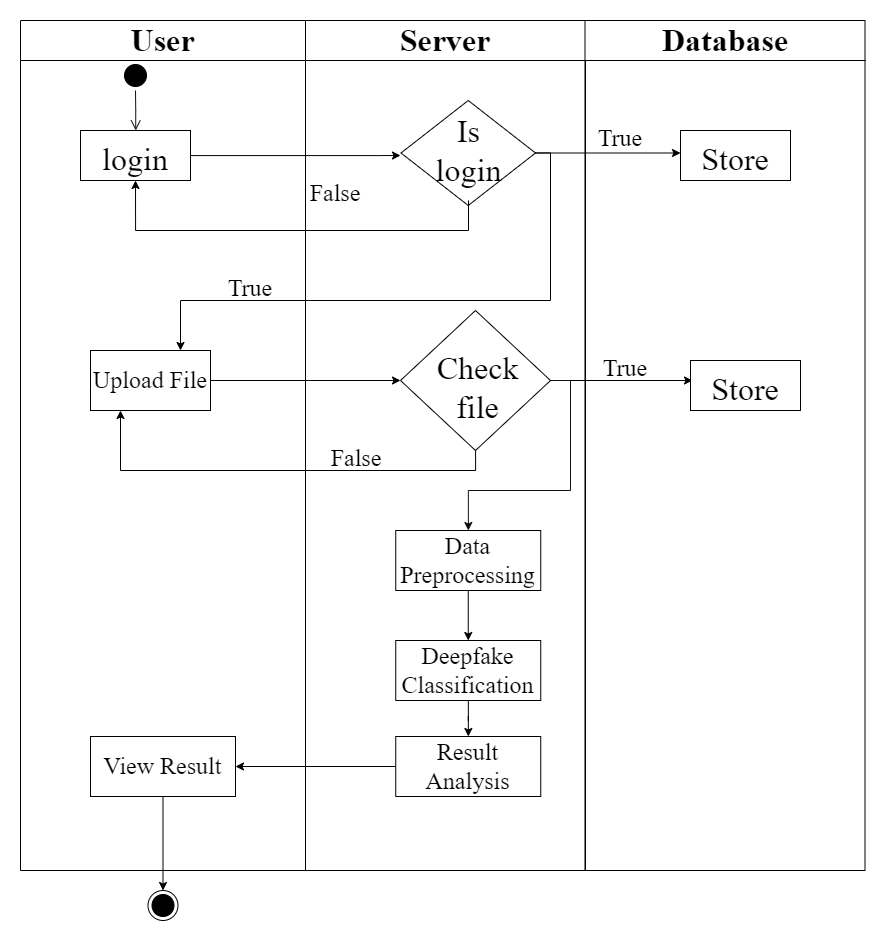
Before: img/activity diagram.drawio.png, a diagram exported from draw.io (SanjishMaharjan/Project-Report). Source tidied: cells renumbered, new cells last; positions are measured from the earlier drawing's top-left corner, leaving out a move shared by most shapes. The source it was exported from:
```xml
<mxGraphModel>
  <root>
    <mxCell id="0" />
    <mxCell id="1" parent="0" />
    <mxCell id="2" value="User" style="swimlane;whiteSpace=wrap;fontFamily=Times New Roman;fontSize=32;startSize=40;" parent="1" vertex="1">
      <mxGeometry width="285" height="850" as="geometry" />
    </mxCell>
    <mxCell id="3" style="ellipse;shape=startState;fillColor=#000000;strokeColor=#000000;" parent="2" vertex="1">
      <mxGeometry x="100" y="40" width="30" height="30" as="geometry" />
    </mxCell>
    <mxCell id="4" style="edgeStyle=elbowEdgeStyle;elbow=horizontal;verticalAlign=bottom;endArrow=open;endSize=8;strokeColor=#100f0f;endFill=1;rounded=0;" parent="2" edge="1" source="3" target="5">
      <mxGeometry x="100" y="40" as="geometry" />
    </mxCell>
    <mxCell id="5" value="login" style="fontFamily=Times New Roman;fontSize=32;" parent="2" vertex="1">
      <mxGeometry x="60" y="110" width="110" height="50" as="geometry" />
    </mxCell>
    <mxCell id="6" value="Upload File" style="rounded=0;whiteSpace=wrap;html=1;fontFamily=Times New Roman;fontSize=24;" parent="2" vertex="1">
      <mxGeometry x="70" y="330" width="120" height="60" as="geometry" />
    </mxCell>
    <mxCell id="7" value="&lt;font style=&quot;font-size: 24px;&quot;&gt;True&lt;/font&gt;" style="text;html=1;strokeColor=none;fillColor=none;align=center;verticalAlign=middle;whiteSpace=wrap;rounded=0;fontSize=32;fontFamily=Times New Roman;" parent="2" vertex="1">
      <mxGeometry x="175" y="250" width="110" height="30" as="geometry" />
    </mxCell>
    <mxCell id="8" value="View Result" style="rounded=0;whiteSpace=wrap;html=1;fontFamily=Times New Roman;fontSize=24;" parent="2" vertex="1">
      <mxGeometry x="70" y="716" width="145" height="60" as="geometry" />
    </mxCell>
    <mxCell id="9" value="Server" style="swimlane;whiteSpace=wrap;startSize=40;fontFamily=Times New Roman;fontSize=32;" parent="1" vertex="1">
      <mxGeometry x="285" width="280" height="850" as="geometry" />
    </mxCell>
    <mxCell id="10" style="group;" parent="9" vertex="1">
      <mxGeometry x="95.5" y="80" width="134.5" height="105" as="geometry" />
    </mxCell>
    <mxCell id="11" style="rhombus;whiteSpace=wrap;html=1;fontFamily=Times New Roman;fontSize=32;" parent="10" vertex="1">
      <mxGeometry width="134.5" height="105" as="geometry" />
    </mxCell>
    <mxCell id="12" value="Is login" style="text;html=1;strokeColor=none;fillColor=none;align=center;verticalAlign=middle;whiteSpace=wrap;rounded=0;fontSize=32;fontFamily=Times New Roman;" parent="10" vertex="1">
      <mxGeometry x="30" y="15" width="74.5" height="70" as="geometry" />
    </mxCell>
    <mxCell id="13" value="&lt;font style=&quot;font-size: 24px;&quot;&gt;False&lt;/font&gt;" style="text;html=1;strokeColor=none;fillColor=none;align=center;verticalAlign=middle;whiteSpace=wrap;rounded=0;fontSize=32;fontFamily=Times New Roman;" parent="9" vertex="1">
      <mxGeometry x="-25" y="155" width="110" height="30" as="geometry" />
    </mxCell>
    <mxCell id="14" value="&lt;font style=&quot;font-size: 24px;&quot;&gt;False&lt;/font&gt;" style="text;html=1;strokeColor=none;fillColor=none;align=center;verticalAlign=middle;whiteSpace=wrap;rounded=0;fontSize=32;fontFamily=Times New Roman;" parent="9" vertex="1">
      <mxGeometry x="-4.5" y="420" width="110" height="30" as="geometry" />
    </mxCell>
    <mxCell id="15" style="edgeStyle=orthogonalEdgeStyle;rounded=0;jettySize=auto;html=1;entryX=0.5;entryY=0;entryDx=0;entryDy=0;fontFamily=Times New Roman;fontSize=24;" parent="9" edge="1" source="16" target="18">
      <mxGeometry relative="1" as="geometry" />
    </mxCell>
    <mxCell id="16" value="Data Preprocessing" style="rounded=0;whiteSpace=wrap;html=1;fontFamily=Times New Roman;fontSize=24;" parent="9" vertex="1">
      <mxGeometry x="90.2" y="510" width="145" height="60" as="geometry" />
    </mxCell>
    <mxCell id="17" style="edgeStyle=orthogonalEdgeStyle;rounded=0;jettySize=auto;html=1;fontFamily=Times New Roman;fontSize=24;" parent="9" edge="1" source="18" target="19">
      <mxGeometry relative="1" as="geometry" />
    </mxCell>
    <mxCell id="18" value="Deepfake Classification" style="rounded=0;whiteSpace=wrap;html=1;fontFamily=Times New Roman;fontSize=24;" parent="9" vertex="1">
      <mxGeometry x="90.2" y="620" width="145" height="60" as="geometry" />
    </mxCell>
    <mxCell id="19" value="Result Analysis" style="rounded=0;whiteSpace=wrap;html=1;fontFamily=Times New Roman;fontSize=24;" parent="9" vertex="1">
      <mxGeometry x="90.2" y="716" width="145" height="60" as="geometry" />
    </mxCell>
    <mxCell id="20" value="Database" style="swimlane;whiteSpace=wrap;startSize=40;fontFamily=Times New Roman;fontSize=32;" parent="1" vertex="1">
      <mxGeometry x="564.5" width="280" height="850" as="geometry" />
    </mxCell>
    <mxCell id="21" value="Store" style="fontFamily=Times New Roman;fontSize=32;" parent="20" vertex="1">
      <mxGeometry x="95.5" y="110" width="110" height="50" as="geometry" />
    </mxCell>
    <mxCell id="22" value="&lt;font style=&quot;font-size: 24px;&quot;&gt;True&lt;/font&gt;" style="text;html=1;strokeColor=none;fillColor=none;align=center;verticalAlign=middle;whiteSpace=wrap;rounded=0;fontSize=32;fontFamily=Times New Roman;" parent="20" vertex="1">
      <mxGeometry x="-20" y="100" width="110" height="30" as="geometry" />
    </mxCell>
    <mxCell id="23" style="edgeStyle=orthogonalEdgeStyle;rounded=0;orthogonalLoop=1;jettySize=auto;html=1;" parent="20" edge="1">
      <mxGeometry relative="1" as="geometry">
        <mxPoint x="-37.5" y="360" as="sourcePoint" />
        <mxPoint x="107.5" y="360" as="targetPoint" />
      </mxGeometry>
    </mxCell>
    <mxCell id="24" value="&lt;font style=&quot;font-size: 24px;&quot;&gt;True&lt;/font&gt;" style="text;html=1;strokeColor=none;fillColor=none;align=center;verticalAlign=middle;whiteSpace=wrap;rounded=0;fontSize=32;fontFamily=Times New Roman;" parent="20" vertex="1">
      <mxGeometry x="-14.5" y="330" width="110" height="30" as="geometry" />
    </mxCell>
    <mxCell id="25" value="Store" style="fontFamily=Times New Roman;fontSize=32;" parent="20" vertex="1">
      <mxGeometry x="105.5" y="340" width="110" height="50" as="geometry" />
    </mxCell>
    <mxCell id="26" style="edgeStyle=orthogonalEdgeStyle;rounded=0;jettySize=auto;html=1;fontFamily=Times New Roman;fontSize=32;" parent="1" edge="1" source="5">
      <mxGeometry relative="1" as="geometry">
        <mxPoint x="380" y="135" as="targetPoint" />
        <Array as="points">
          <mxPoint x="357" y="135" />
        </Array>
      </mxGeometry>
    </mxCell>
    <mxCell id="27" style="edgeStyle=orthogonalEdgeStyle;rounded=0;jettySize=auto;html=1;" parent="1" edge="1" source="11">
      <mxGeometry relative="1" as="geometry">
        <mxPoint x="660" y="132.5" as="targetPoint" />
      </mxGeometry>
    </mxCell>
    <mxCell id="28" style="edgeStyle=orthogonalEdgeStyle;rounded=0;jettySize=auto;html=1;fontFamily=Times New Roman;fontSize=24;" parent="1" edge="1" source="6">
      <mxGeometry relative="1" as="geometry">
        <mxPoint x="380" y="360" as="targetPoint" />
      </mxGeometry>
    </mxCell>
    <mxCell id="29" style="group;" parent="1" vertex="1">
      <mxGeometry x="380" y="290" width="150" height="140" as="geometry" />
    </mxCell>
    <mxCell id="30" style="rhombus;whiteSpace=wrap;html=1;fontFamily=Times New Roman;fontSize=32;" parent="29" vertex="1">
      <mxGeometry width="150" height="140" as="geometry" />
    </mxCell>
    <mxCell id="31" value="Check&lt;br&gt;file" style="text;html=1;strokeColor=none;fillColor=none;align=center;verticalAlign=middle;whiteSpace=wrap;rounded=0;fontSize=32;fontFamily=Times New Roman;" parent="29" vertex="1">
      <mxGeometry x="33.5" y="40" width="89.2" height="73.3" as="geometry" />
    </mxCell>
    <mxCell id="32" style="edgeStyle=orthogonalEdgeStyle;rounded=0;jettySize=auto;html=1;entryX=0.25;entryY=1;entryDx=0;entryDy=0;fontFamily=Times New Roman;fontSize=24;" parent="1" edge="1" source="30" target="6">
      <mxGeometry relative="1" as="geometry">
        <Array as="points">
          <mxPoint x="455" y="450" />
          <mxPoint x="100" y="450" />
        </Array>
      </mxGeometry>
    </mxCell>
    <mxCell id="33" style="edgeStyle=orthogonalEdgeStyle;rounded=0;jettySize=auto;html=1;entryX=0.75;entryY=0;entryDx=0;entryDy=0;fontFamily=Times New Roman;fontSize=24;" parent="1" edge="1" source="11" target="6">
      <mxGeometry relative="1" as="geometry">
        <Array as="points">
          <mxPoint x="530" y="132" />
          <mxPoint x="530" y="280" />
          <mxPoint x="160" y="280" />
        </Array>
      </mxGeometry>
    </mxCell>
    <mxCell id="34" style="edgeStyle=orthogonalEdgeStyle;rounded=0;jettySize=auto;html=1;entryX=1;entryY=0.5;entryDx=0;entryDy=0;fontFamily=Times New Roman;fontSize=24;" parent="1" edge="1" source="19" target="8">
      <mxGeometry relative="1" as="geometry" />
    </mxCell>
    <mxCell id="35" style="ellipse;shape=endState;fillColor=#000000;strokeColor=#000000;" parent="1" vertex="1">
      <mxGeometry x="127.5" y="870" width="30" height="30" as="geometry" />
    </mxCell>
    <mxCell id="36" style="edgeStyle=orthogonalEdgeStyle;rounded=0;jettySize=auto;html=1;fontFamily=Times New Roman;fontSize=24;" parent="1" edge="1" source="8" target="35">
      <mxGeometry relative="1" as="geometry" />
    </mxCell>
    <mxCell id="37" style="edgeStyle=orthogonalEdgeStyle;rounded=0;jettySize=auto;html=1;entryX=0.5;entryY=1;entryDx=0;entryDy=0;exitX=0.502;exitY=0.952;exitDx=0;exitDy=0;exitPerimeter=0;" parent="1" edge="1" source="11" target="5">
      <mxGeometry relative="1" as="geometry">
        <Array as="points">
          <mxPoint x="448" y="210" />
          <mxPoint x="115" y="210" />
        </Array>
      </mxGeometry>
    </mxCell>
    <mxCell id="38" style="edgeStyle=orthogonalEdgeStyle;rounded=0;jettySize=auto;html=1;entryX=1;entryY=0.5;entryDx=0;entryDy=0;strokeColor=#100f0f;fontFamily=Times New Roman;fontSize=24;startArrow=classic;startFill=1;endArrow=none;endFill=0;" parent="1" edge="1" source="16" target="30">
      <mxGeometry relative="1" as="geometry" />
    </mxCell>
  </root>
</mxGraphModel>
```
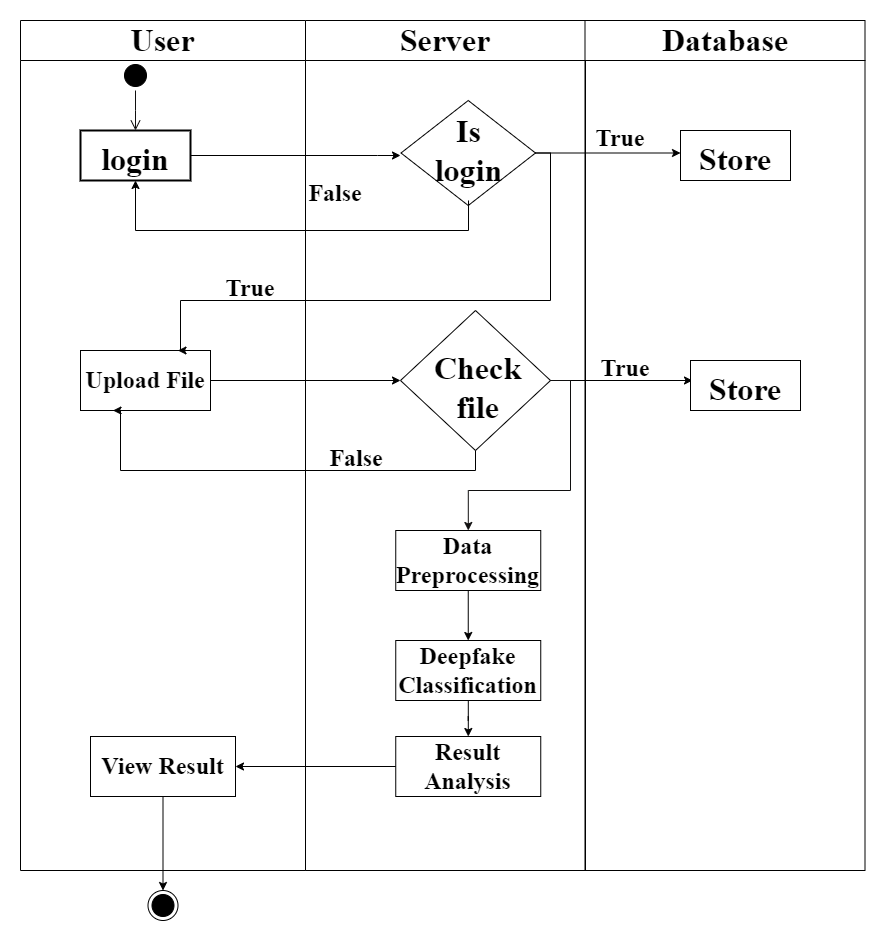
After the change.

What changed in the source:
```diff
@@ -11,16 +11,16 @@
     <mxCell id="4" style="edgeStyle=elbowEdgeStyle;elbow=horizontal;verticalAlign=bottom;endArrow=open;endSize=8;strokeColor=#100f0f;endFill=1;rounded=0;" parent="2" edge="1" source="3" target="5">
       <mxGeometry x="100" y="40" as="geometry" />
     </mxCell>
-    <mxCell id="5" value="login" style="fontFamily=Times New Roman;fontSize=32;" parent="2" vertex="1">
+    <mxCell id="5" value="login" style="fontFamily=Times New Roman;fontSize=32;strokeWidth=2;fontStyle=1;" parent="2" vertex="1">
       <mxGeometry x="60" y="110" width="110" height="50" as="geometry" />
     </mxCell>
-    <mxCell id="6" value="Upload File" style="rounded=0;whiteSpace=wrap;html=1;fontFamily=Times New Roman;fontSize=24;" parent="2" vertex="1">
-      <mxGeometry x="70" y="330" width="120" height="60" as="geometry" />
+    <mxCell id="6" value="&lt;b&gt;Upload File&lt;/b&gt;" style="rounded=0;whiteSpace=wrap;html=1;fontFamily=Times New Roman;fontSize=24;" parent="2" vertex="1">
+      <mxGeometry x="60" y="330" width="130" height="60" as="geometry" />
     </mxCell>
-    <mxCell id="7" value="&lt;font style=&quot;font-size: 24px;&quot;&gt;True&lt;/font&gt;" style="text;html=1;strokeColor=none;fillColor=none;align=center;verticalAlign=middle;whiteSpace=wrap;rounded=0;fontSize=32;fontFamily=Times New Roman;" parent="2" vertex="1">
+    <mxCell id="7" value="&lt;font style=&quot;font-size: 24px;&quot;&gt;&lt;b&gt;True&lt;/b&gt;&lt;/font&gt;" style="text;html=1;strokeColor=none;fillColor=none;align=center;verticalAlign=middle;whiteSpace=wrap;rounded=0;fontSize=32;fontFamily=Times New Roman;" parent="2" vertex="1">
       <mxGeometry x="175" y="250" width="110" height="30" as="geometry" />
     </mxCell>
-    <mxCell id="8" value="View Result" style="rounded=0;whiteSpace=wrap;html=1;fontFamily=Times New Roman;fontSize=24;" parent="2" vertex="1">
+    <mxCell id="8" value="&lt;b&gt;View Result&lt;/b&gt;" style="rounded=0;whiteSpace=wrap;html=1;fontFamily=Times New Roman;fontSize=24;" parent="2" vertex="1">
       <mxGeometry x="70" y="716" width="145" height="60" as="geometry" />
     </mxCell>
     <mxCell id="9" value="Server" style="swimlane;whiteSpace=wrap;startSize=40;fontFamily=Times New Roman;fontSize=32;" parent="1" vertex="1">
@@ -32,37 +32,37 @@
     <mxCell id="11" style="rhombus;whiteSpace=wrap;html=1;fontFamily=Times New Roman;fontSize=32;" parent="10" vertex="1">
       <mxGeometry width="134.5" height="105" as="geometry" />
     </mxCell>
-    <mxCell id="12" value="Is login" style="text;html=1;strokeColor=none;fillColor=none;align=center;verticalAlign=middle;whiteSpace=wrap;rounded=0;fontSize=32;fontFamily=Times New Roman;" parent="10" vertex="1">
+    <mxCell id="12" value="&lt;b&gt;Is login&lt;/b&gt;" style="text;html=1;strokeColor=none;fillColor=none;align=center;verticalAlign=middle;whiteSpace=wrap;rounded=0;fontSize=32;fontFamily=Times New Roman;" parent="10" vertex="1">
       <mxGeometry x="30" y="15" width="74.5" height="70" as="geometry" />
     </mxCell>
-    <mxCell id="13" value="&lt;font style=&quot;font-size: 24px;&quot;&gt;False&lt;/font&gt;" style="text;html=1;strokeColor=none;fillColor=none;align=center;verticalAlign=middle;whiteSpace=wrap;rounded=0;fontSize=32;fontFamily=Times New Roman;" parent="9" vertex="1">
+    <mxCell id="13" value="&lt;font style=&quot;font-size: 24px;&quot;&gt;&lt;b&gt;False&lt;/b&gt;&lt;/font&gt;" style="text;html=1;strokeColor=none;fillColor=none;align=center;verticalAlign=middle;whiteSpace=wrap;rounded=0;fontSize=32;fontFamily=Times New Roman;" parent="9" vertex="1">
       <mxGeometry x="-25" y="155" width="110" height="30" as="geometry" />
     </mxCell>
-    <mxCell id="14" value="&lt;font style=&quot;font-size: 24px;&quot;&gt;False&lt;/font&gt;" style="text;html=1;strokeColor=none;fillColor=none;align=center;verticalAlign=middle;whiteSpace=wrap;rounded=0;fontSize=32;fontFamily=Times New Roman;" parent="9" vertex="1">
+    <mxCell id="14" value="&lt;font style=&quot;font-size: 24px;&quot;&gt;&lt;b&gt;False&lt;/b&gt;&lt;/font&gt;" style="text;html=1;strokeColor=none;fillColor=none;align=center;verticalAlign=middle;whiteSpace=wrap;rounded=0;fontSize=32;fontFamily=Times New Roman;" parent="9" vertex="1">
       <mxGeometry x="-4.5" y="420" width="110" height="30" as="geometry" />
     </mxCell>
     <mxCell id="15" style="edgeStyle=orthogonalEdgeStyle;rounded=0;jettySize=auto;html=1;entryX=0.5;entryY=0;entryDx=0;entryDy=0;fontFamily=Times New Roman;fontSize=24;" parent="9" edge="1" source="16" target="18">
       <mxGeometry relative="1" as="geometry" />
     </mxCell>
-    <mxCell id="16" value="Data Preprocessing" style="rounded=0;whiteSpace=wrap;html=1;fontFamily=Times New Roman;fontSize=24;" parent="9" vertex="1">
+    <mxCell id="16" value="&lt;b&gt;Data Preprocessing&lt;/b&gt;" style="rounded=0;whiteSpace=wrap;html=1;fontFamily=Times New Roman;fontSize=24;" parent="9" vertex="1">
       <mxGeometry x="90.2" y="510" width="145" height="60" as="geometry" />
     </mxCell>
     <mxCell id="17" style="edgeStyle=orthogonalEdgeStyle;rounded=0;jettySize=auto;html=1;fontFamily=Times New Roman;fontSize=24;" parent="9" edge="1" source="18" target="19">
       <mxGeometry relative="1" as="geometry" />
     </mxCell>
-    <mxCell id="18" value="Deepfake Classification" style="rounded=0;whiteSpace=wrap;html=1;fontFamily=Times New Roman;fontSize=24;" parent="9" vertex="1">
+    <mxCell id="18" value="&lt;b&gt;Deepfake Classification&lt;/b&gt;" style="rounded=0;whiteSpace=wrap;html=1;fontFamily=Times New Roman;fontSize=24;" parent="9" vertex="1">
       <mxGeometry x="90.2" y="620" width="145" height="60" as="geometry" />
     </mxCell>
-    <mxCell id="19" value="Result Analysis" style="rounded=0;whiteSpace=wrap;html=1;fontFamily=Times New Roman;fontSize=24;" parent="9" vertex="1">
+    <mxCell id="19" value="&lt;b&gt;Result Analysis&lt;/b&gt;" style="rounded=0;whiteSpace=wrap;html=1;fontFamily=Times New Roman;fontSize=24;" parent="9" vertex="1">
       <mxGeometry x="90.2" y="716" width="145" height="60" as="geometry" />
     </mxCell>
     <mxCell id="20" value="Database" style="swimlane;whiteSpace=wrap;startSize=40;fontFamily=Times New Roman;fontSize=32;" parent="1" vertex="1">
       <mxGeometry x="564.5" width="280" height="850" as="geometry" />
     </mxCell>
-    <mxCell id="21" value="Store" style="fontFamily=Times New Roman;fontSize=32;" parent="20" vertex="1">
+    <mxCell id="21" value="Store" style="fontFamily=Times New Roman;fontSize=32;fontStyle=1;" parent="20" vertex="1">
       <mxGeometry x="95.5" y="110" width="110" height="50" as="geometry" />
     </mxCell>
-    <mxCell id="22" value="&lt;font style=&quot;font-size: 24px;&quot;&gt;True&lt;/font&gt;" style="text;html=1;strokeColor=none;fillColor=none;align=center;verticalAlign=middle;whiteSpace=wrap;rounded=0;fontSize=32;fontFamily=Times New Roman;" parent="20" vertex="1">
+    <mxCell id="22" value="&lt;font style=&quot;font-size: 24px;&quot;&gt;&lt;b&gt;True&lt;/b&gt;&lt;/font&gt;" style="text;html=1;strokeColor=none;fillColor=none;align=center;verticalAlign=middle;whiteSpace=wrap;rounded=0;fontSize=32;fontFamily=Times New Roman;" parent="20" vertex="1">
       <mxGeometry x="-20" y="100" width="110" height="30" as="geometry" />
     </mxCell>
     <mxCell id="23" style="edgeStyle=orthogonalEdgeStyle;rounded=0;orthogonalLoop=1;jettySize=auto;html=1;" parent="20" edge="1">
@@ -71,10 +71,10 @@
         <mxPoint x="107.5" y="360" as="targetPoint" />
       </mxGeometry>
     </mxCell>
-    <mxCell id="24" value="&lt;font style=&quot;font-size: 24px;&quot;&gt;True&lt;/font&gt;" style="text;html=1;strokeColor=none;fillColor=none;align=center;verticalAlign=middle;whiteSpace=wrap;rounded=0;fontSize=32;fontFamily=Times New Roman;" parent="20" vertex="1">
+    <mxCell id="24" value="&lt;font style=&quot;font-size: 24px;&quot;&gt;&lt;b&gt;True&lt;/b&gt;&lt;/font&gt;" style="text;html=1;strokeColor=none;fillColor=none;align=center;verticalAlign=middle;whiteSpace=wrap;rounded=0;fontSize=32;fontFamily=Times New Roman;" parent="20" vertex="1">
       <mxGeometry x="-14.5" y="330" width="110" height="30" as="geometry" />
     </mxCell>
-    <mxCell id="25" value="Store" style="fontFamily=Times New Roman;fontSize=32;" parent="20" vertex="1">
+    <mxCell id="25" value="Store" style="fontFamily=Times New Roman;fontSize=32;fontStyle=1;" parent="20" vertex="1">
       <mxGeometry x="105.5" y="340" width="110" height="50" as="geometry" />
     </mxCell>
     <mxCell id="26" style="edgeStyle=orthogonalEdgeStyle;rounded=0;jettySize=auto;html=1;fontFamily=Times New Roman;fontSize=32;" parent="1" edge="1" source="5">
@@ -101,7 +101,7 @@
     <mxCell id="30" style="rhombus;whiteSpace=wrap;html=1;fontFamily=Times New Roman;fontSize=32;" parent="29" vertex="1">
       <mxGeometry width="150" height="140" as="geometry" />
     </mxCell>
-    <mxCell id="31" value="Check&lt;br&gt;file" style="text;html=1;strokeColor=none;fillColor=none;align=center;verticalAlign=middle;whiteSpace=wrap;rounded=0;fontSize=32;fontFamily=Times New Roman;" parent="29" vertex="1">
+    <mxCell id="31" value="&lt;b&gt;Check&lt;br&gt;file&lt;/b&gt;" style="text;html=1;strokeColor=none;fillColor=none;align=center;verticalAlign=middle;whiteSpace=wrap;rounded=0;fontSize=32;fontFamily=Times New Roman;" parent="29" vertex="1">
       <mxGeometry x="33.5" y="40" width="89.2" height="73.3" as="geometry" />
     </mxCell>
     <mxCell id="32" style="edgeStyle=orthogonalEdgeStyle;rounded=0;jettySize=auto;html=1;entryX=0.25;entryY=1;entryDx=0;entryDy=0;fontFamily=Times New Roman;fontSize=24;" parent="1" edge="1" source="30" target="6">
```
